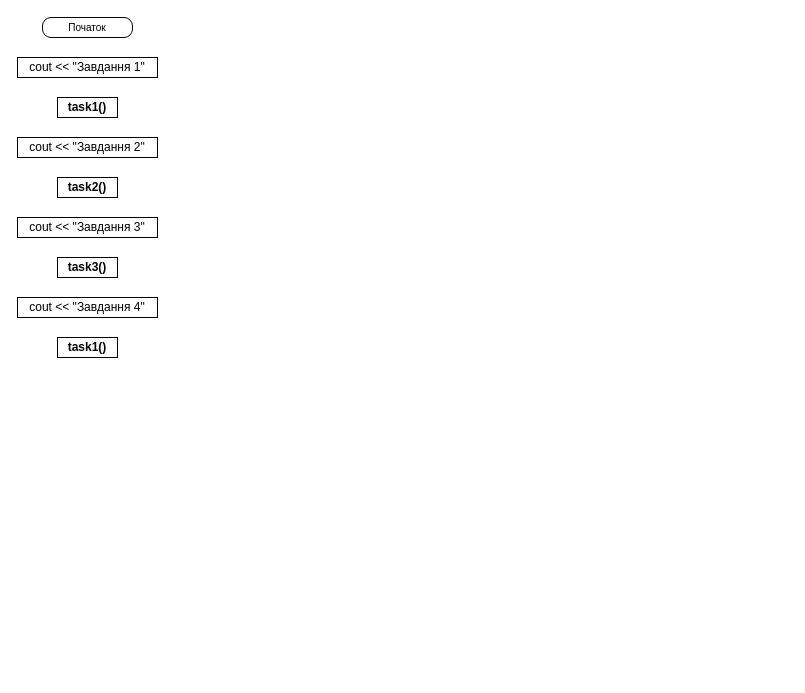
This is 18.drawio from pulyrij/informatica, a draw.io file, before an edit. Source tidied: cells renumbered, new cells numbered last; positions are measured from the earlier drawing's top-left corner, leaving out a move shared by most shapes. Both pictures are drawn from the tidied source at 100%, with x=0, y=0 at pixel (17, 17).
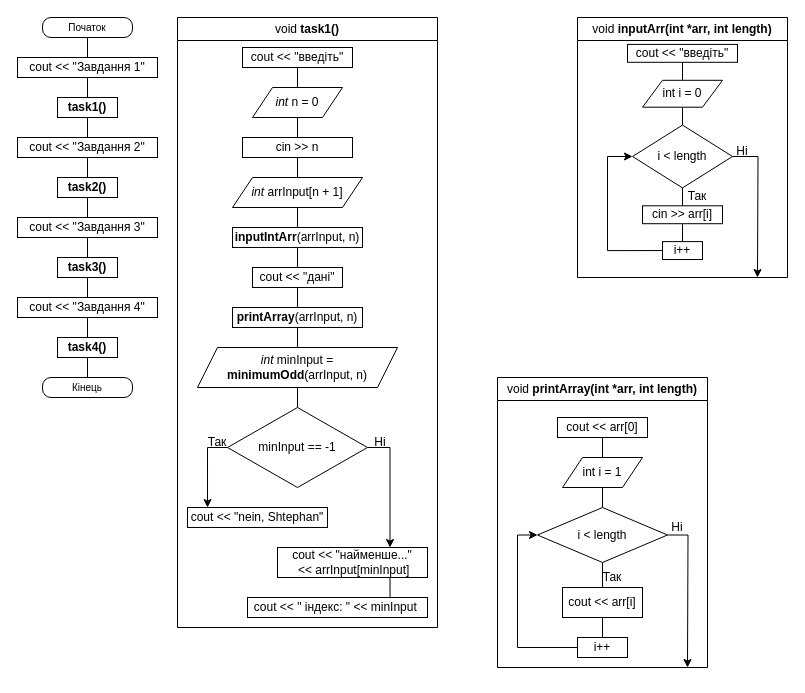
Above is the later version.

The edit, as a diff of the source:
```diff
@@
+    <mxCell id="11" style="group;" parent="1" vertex="1">
+      <mxGeometry width="140" height="380" as="geometry" />
+    </mxCell>
+    <mxCell id="12" style="edgeStyle=orthogonalEdgeStyle;rounded=0;jettySize=auto;html=1;exitX=0.5;exitY=1;exitDx=0;exitDy=0;entryX=0.5;entryY=0;entryDx=0;entryDy=0;defaultLabelBackgroundColor=page;labelPadding=0 4;endArrow=none;endFill=0;" parent="11" edge="1" source="2" target="3">
+      <mxGeometry relative="1" as="geometry" />
+    </mxCell>
-    <mxCell id="2" value="&lt;font size=&quot;1&quot;&gt;Початок&lt;/font&gt;" style="rounded=1;whiteSpace=wrap;html=1;fontSize=12;glass=0;strokeWidth=1;shadow=0;labelBackgroundColor=none;roundedPerimeter=1;arcSize=17;absoluteArcSize=1;" parent="1" vertex="1">
+    <mxCell id="2" value="&lt;font size=&quot;1&quot;&gt;Початок&lt;/font&gt;" style="rounded=1;whiteSpace=wrap;html=1;fontSize=12;glass=0;strokeWidth=1;shadow=0;labelBackgroundColor=none;roundedPerimeter=1;arcSize=17;absoluteArcSize=1;" parent="11" vertex="1">
       <mxGeometry x="25" width="90" height="20" as="geometry" />
     </mxCell>
+    <mxCell id="13" style="edgeStyle=orthogonalEdgeStyle;rounded=0;jettySize=auto;html=1;exitX=0.5;exitY=1;exitDx=0;exitDy=0;entryX=0.5;entryY=0;entryDx=0;entryDy=0;defaultLabelBackgroundColor=page;labelPadding=0 4;endArrow=none;endFill=0;" parent="11" edge="1" source="3" target="4">
+      <mxGeometry relative="1" as="geometry" />
+    </mxCell>
-    <mxCell id="3" value="cout &amp;lt;&amp;lt; &quot;Завдання 1&quot;" style="rounded=0;whiteSpace=wrap;html=1;" parent="1" vertex="1">
+    <mxCell id="3" value="cout &amp;lt;&amp;lt; &quot;Завдання 1&quot;" style="rounded=0;whiteSpace=wrap;html=1;" parent="11" vertex="1">
       <mxGeometry y="40" width="140" height="20" as="geometry" />
     </mxCell>
+    <mxCell id="14" style="edgeStyle=orthogonalEdgeStyle;rounded=0;jettySize=auto;html=1;exitX=0.5;exitY=1;exitDx=0;exitDy=0;entryX=0.5;entryY=0;entryDx=0;entryDy=0;defaultLabelBackgroundColor=page;labelPadding=0 4;endArrow=none;endFill=0;" parent="11" edge="1" source="4" target="5">
+      <mxGeometry relative="1" as="geometry" />
+    </mxCell>
-    <mxCell id="4" value="&lt;b&gt;task1()&lt;/b&gt;" style="rounded=0;whiteSpace=wrap;html=1;" parent="1" vertex="1">
+    <mxCell id="4" value="&lt;b&gt;task1()&lt;/b&gt;" style="rounded=0;whiteSpace=wrap;html=1;" parent="11" vertex="1">
       <mxGeometry x="40" y="80" width="60" height="20" as="geometry" />
     </mxCell>
+    <mxCell id="15" style="edgeStyle=orthogonalEdgeStyle;rounded=0;jettySize=auto;html=1;exitX=0.5;exitY=1;exitDx=0;exitDy=0;entryX=0.5;entryY=0;entryDx=0;entryDy=0;defaultLabelBackgroundColor=page;labelPadding=0 4;endArrow=none;endFill=0;" parent="11" edge="1" source="5" target="6">
+      <mxGeometry relative="1" as="geometry" />
+    </mxCell>
-    <mxCell id="5" value="cout &amp;lt;&amp;lt; &quot;Завдання 2&quot;" style="rounded=0;whiteSpace=wrap;html=1;" parent="1" vertex="1">
+    <mxCell id="5" value="cout &amp;lt;&amp;lt; &quot;Завдання 2&quot;" style="rounded=0;whiteSpace=wrap;html=1;" parent="11" vertex="1">
       <mxGeometry y="120" width="140" height="20" as="geometry" />
     </mxCell>
+    <mxCell id="16" style="edgeStyle=orthogonalEdgeStyle;rounded=0;jettySize=auto;html=1;exitX=0.5;exitY=1;exitDx=0;exitDy=0;entryX=0.5;entryY=0;entryDx=0;entryDy=0;defaultLabelBackgroundColor=page;labelPadding=0 4;endArrow=none;endFill=0;" parent="11" edge="1" source="6" target="7">
+      <mxGeometry relative="1" as="geometry" />
+    </mxCell>
-    <mxCell id="6" value="&lt;b&gt;task2()&lt;/b&gt;" style="rounded=0;whiteSpace=wrap;html=1;" parent="1" vertex="1">
+    <mxCell id="6" value="&lt;b&gt;task2()&lt;/b&gt;" style="rounded=0;whiteSpace=wrap;html=1;" parent="11" vertex="1">
       <mxGeometry x="40" y="160" width="60" height="20" as="geometry" />
     </mxCell>
+    <mxCell id="17" style="edgeStyle=orthogonalEdgeStyle;rounded=0;jettySize=auto;html=1;exitX=0.5;exitY=1;exitDx=0;exitDy=0;entryX=0.5;entryY=0;entryDx=0;entryDy=0;defaultLabelBackgroundColor=page;labelPadding=0 4;endArrow=none;endFill=0;" parent="11" edge="1" source="7" target="9">
+      <mxGeometry relative="1" as="geometry" />
+    </mxCell>
-    <mxCell id="7" value="cout &amp;lt;&amp;lt; &quot;Завдання 3&quot;" style="rounded=0;whiteSpace=wrap;html=1;" parent="1" vertex="1">
+    <mxCell id="7" value="cout &amp;lt;&amp;lt; &quot;Завдання 3&quot;" style="rounded=0;whiteSpace=wrap;html=1;" parent="11" vertex="1">
       <mxGeometry y="200" width="140" height="20" as="geometry" />
     </mxCell>
+    <mxCell id="18" style="edgeStyle=orthogonalEdgeStyle;rounded=0;jettySize=auto;html=1;exitX=0.5;exitY=1;exitDx=0;exitDy=0;entryX=0.5;entryY=0;entryDx=0;entryDy=0;defaultLabelBackgroundColor=page;labelPadding=0 4;endArrow=none;endFill=0;" parent="11" edge="1" source="8" target="10">
+      <mxGeometry relative="1" as="geometry" />
+    </mxCell>
-    <mxCell id="8" value="cout &amp;lt;&amp;lt; &quot;Завдання 4&quot;" style="rounded=0;whiteSpace=wrap;html=1;" parent="1" vertex="1">
+    <mxCell id="8" value="cout &amp;lt;&amp;lt; &quot;Завдання 4&quot;" style="rounded=0;whiteSpace=wrap;html=1;" parent="11" vertex="1">
       <mxGeometry y="280" width="140" height="20" as="geometry" />
     </mxCell>
+    <mxCell id="19" style="edgeStyle=orthogonalEdgeStyle;rounded=0;jettySize=auto;html=1;exitX=0.5;exitY=1;exitDx=0;exitDy=0;entryX=0.5;entryY=0;entryDx=0;entryDy=0;defaultLabelBackgroundColor=page;labelPadding=0 4;endArrow=none;endFill=0;" parent="11" edge="1" source="9" target="8">
+      <mxGeometry relative="1" as="geometry" />
+    </mxCell>
-    <mxCell id="9" value="&lt;b&gt;task3()&lt;/b&gt;" style="rounded=0;whiteSpace=wrap;html=1;" parent="1" vertex="1">
+    <mxCell id="9" value="&lt;b&gt;task3()&lt;/b&gt;" style="rounded=0;whiteSpace=wrap;html=1;" parent="11" vertex="1">
       <mxGeometry x="40" y="240" width="60" height="20" as="geometry" />
     </mxCell>
+    <mxCell id="20" style="edgeStyle=orthogonalEdgeStyle;rounded=0;jettySize=auto;html=1;exitX=0.5;exitY=1;exitDx=0;exitDy=0;entryX=0.5;entryY=0;entryDx=0;entryDy=0;defaultLabelBackgroundColor=page;labelPadding=0 4;endArrow=none;endFill=0;" parent="11" edge="1" source="10" target="21">
+      <mxGeometry relative="1" as="geometry" />
+    </mxCell>
-    <mxCell id="10" value="&lt;b&gt;task1()&lt;/b&gt;" style="rounded=0;whiteSpace=wrap;html=1;" parent="1" vertex="1">
+    <mxCell id="10" value="&lt;b&gt;task4()&lt;/b&gt;" style="rounded=0;whiteSpace=wrap;html=1;" parent="11" vertex="1">
       <mxGeometry x="40" y="320" width="60" height="20" as="geometry" />
     </mxCell>
+    <mxCell id="21" value="&lt;font size=&quot;1&quot;&gt;Кінець&lt;/font&gt;" style="rounded=1;whiteSpace=wrap;html=1;fontSize=12;glass=0;strokeWidth=1;shadow=0;labelBackgroundColor=none;roundedPerimeter=1;arcSize=17;absoluteArcSize=1;" parent="11" vertex="1">
+      <mxGeometry x="25" y="360" width="90" height="20" as="geometry" />
+    </mxCell>
+    <mxCell id="22" style="group;" parent="1" vertex="1">
+      <mxGeometry x="160" width="260" height="610" as="geometry" />
+    </mxCell>
+    <mxCell id="23" value="&lt;span style=&quot;font-weight: normal;&quot;&gt;void&lt;/span&gt; task1()" style="swimlane;whiteSpace=wrap;html=1;" parent="22" vertex="1">
+      <mxGeometry width="260" height="610" as="geometry" />
+    </mxCell>
+    <mxCell id="24" value="Ні" style="text;html=1;whiteSpace=wrap;strokeColor=none;fillColor=none;align=center;verticalAlign=middle;rounded=0;" parent="23" vertex="1">
+      <mxGeometry x="173" y="410" width="60" height="30" as="geometry" />
+    </mxCell>
+    <mxCell id="25" style="edgeStyle=orthogonalEdgeStyle;rounded=0;jettySize=auto;html=1;exitX=0.5;exitY=1;exitDx=0;exitDy=0;entryX=0.5;entryY=0;entryDx=0;entryDy=0;defaultLabelBackgroundColor=page;labelPadding=0 4;endArrow=none;endFill=0;" parent="22" edge="1" source="26" target="28">
+      <mxGeometry relative="1" as="geometry" />
+    </mxCell>
+    <mxCell id="26" value="cout &amp;lt;&amp;lt; &quot;введіть&quot;" style="rounded=0;whiteSpace=wrap;html=1;" parent="22" vertex="1">
+      <mxGeometry x="65" y="30" width="110" height="20" as="geometry" />
+    </mxCell>
+    <mxCell id="27" style="edgeStyle=orthogonalEdgeStyle;rounded=0;jettySize=auto;html=1;exitX=0.5;exitY=1;exitDx=0;exitDy=0;entryX=0.5;entryY=0;entryDx=0;entryDy=0;defaultLabelBackgroundColor=page;labelPadding=0 4;endArrow=none;endFill=0;" parent="22" edge="1" source="28" target="30">
+      <mxGeometry relative="1" as="geometry" />
+    </mxCell>
+    <mxCell id="28" value="&lt;i&gt;int&lt;/i&gt; n = 0" style="shape=parallelogram;perimeter=parallelogramPerimeter;whiteSpace=wrap;html=1;shapeInside=1;fixedSize=1;" parent="22" vertex="1">
+      <mxGeometry x="75" y="70" width="90" height="30" as="geometry" />
+    </mxCell>
+    <mxCell id="29" style="edgeStyle=orthogonalEdgeStyle;rounded=0;jettySize=auto;html=1;exitX=0.5;exitY=1;exitDx=0;exitDy=0;entryX=0.5;entryY=0;entryDx=0;entryDy=0;defaultLabelBackgroundColor=page;labelPadding=0 4;endArrow=none;endFill=0;" parent="22" edge="1" source="30" target="32">
+      <mxGeometry relative="1" as="geometry" />
+    </mxCell>
+    <mxCell id="30" value="cin &amp;gt;&amp;gt; n" style="rounded=0;whiteSpace=wrap;html=1;" parent="22" vertex="1">
+      <mxGeometry x="65" y="120" width="110" height="20" as="geometry" />
+    </mxCell>
+    <mxCell id="31" style="edgeStyle=orthogonalEdgeStyle;rounded=0;jettySize=auto;html=1;exitX=0.5;exitY=1;exitDx=0;exitDy=0;entryX=0.5;entryY=0;entryDx=0;entryDy=0;defaultLabelBackgroundColor=page;labelPadding=0 4;endArrow=none;endFill=0;" parent="22" edge="1" source="32" target="34">
+      <mxGeometry relative="1" as="geometry" />
+    </mxCell>
+    <mxCell id="32" value="&lt;i&gt;int&lt;/i&gt; arrInput[n + 1]" style="shape=parallelogram;perimeter=parallelogramPerimeter;whiteSpace=wrap;html=1;shapeInside=1;fixedSize=1;" parent="22" vertex="1">
+      <mxGeometry x="55" y="160" width="130" height="30" as="geometry" />
+    </mxCell>
+    <mxCell id="33" style="edgeStyle=orthogonalEdgeStyle;rounded=0;jettySize=auto;html=1;exitX=0.5;exitY=1;exitDx=0;exitDy=0;entryX=0.5;entryY=0;entryDx=0;entryDy=0;defaultLabelBackgroundColor=page;labelPadding=0 4;endArrow=none;endFill=0;" parent="22" edge="1" source="34" target="36">
+      <mxGeometry relative="1" as="geometry" />
+    </mxCell>
+    <mxCell id="34" value="&lt;b&gt;inputIntArr&lt;/b&gt;(arrInput, n)" style="rounded=0;whiteSpace=wrap;html=1;" parent="22" vertex="1">
+      <mxGeometry x="55" y="210" width="130" height="20" as="geometry" />
+    </mxCell>
+    <mxCell id="35" style="edgeStyle=orthogonalEdgeStyle;rounded=0;jettySize=auto;html=1;exitX=0.5;exitY=1;exitDx=0;exitDy=0;entryX=0.5;entryY=0;entryDx=0;entryDy=0;defaultLabelBackgroundColor=page;labelPadding=0 4;endArrow=none;endFill=0;" parent="22" edge="1" source="36" target="38">
+      <mxGeometry relative="1" as="geometry" />
+    </mxCell>
+    <mxCell id="36" value="cout &amp;lt;&amp;lt; &quot;дані&quot;" style="whiteSpace=wrap;html=1;" parent="22" vertex="1">
+      <mxGeometry x="75" y="250" width="90" height="20" as="geometry" />
+    </mxCell>
+    <mxCell id="37" style="edgeStyle=orthogonalEdgeStyle;rounded=0;jettySize=auto;html=1;exitX=0.5;exitY=1;exitDx=0;exitDy=0;entryX=0.5;entryY=0;entryDx=0;entryDy=0;defaultLabelBackgroundColor=page;labelPadding=0 4;endArrow=none;endFill=0;" parent="22" edge="1" source="38" target="40">
+      <mxGeometry relative="1" as="geometry" />
+    </mxCell>
+    <mxCell id="38" value="&lt;b&gt;printArray&lt;/b&gt;(arrInput, n)" style="whiteSpace=wrap;html=1;" parent="22" vertex="1">
+      <mxGeometry x="55" y="290" width="130" height="20" as="geometry" />
+    </mxCell>
+    <mxCell id="39" style="edgeStyle=orthogonalEdgeStyle;rounded=0;jettySize=auto;html=1;exitX=0.5;exitY=1;exitDx=0;exitDy=0;entryX=0.5;entryY=0;entryDx=0;entryDy=0;defaultLabelBackgroundColor=page;labelPadding=0 4;endArrow=none;endFill=0;" parent="22" edge="1" source="40" target="43">
+      <mxGeometry relative="1" as="geometry" />
+    </mxCell>
+    <mxCell id="40" value="&lt;i&gt;int&lt;/i&gt; minInput = &lt;b&gt;minimumOdd&lt;/b&gt;(arrInput, n)" style="shape=parallelogram;perimeter=parallelogramPerimeter;whiteSpace=wrap;html=1;shapeInside=1;fixedSize=1;" parent="22" vertex="1">
+      <mxGeometry x="20" y="330" width="200" height="40" as="geometry" />
+    </mxCell>
+    <mxCell id="41" value="&lt;div&gt;cout &amp;lt;&amp;lt; &quot; індекс: &quot; &amp;lt;&amp;lt; minInput&amp;nbsp;&lt;/div&gt;" style="whiteSpace=wrap;html=1;" parent="22" vertex="1">
+      <mxGeometry x="70" y="580" width="180" height="20" as="geometry" />
+    </mxCell>
+    <mxCell id="42" style="edgeStyle=orthogonalEdgeStyle;rounded=0;jettySize=auto;html=1;exitX=0.75;exitY=1;exitDx=0;exitDy=0;entryX=0.792;entryY=0.035;entryDx=0;entryDy=0;entryPerimeter=0;defaultLabelBackgroundColor=page;labelPadding=0 4;endArrow=none;endFill=0;" parent="22" edge="1" source="45" target="41">
+      <mxGeometry relative="1" as="geometry" />
+    </mxCell>
+    <mxCell id="43" value="minInput == -1" style="rhombus;whiteSpace=wrap;html=1;shapeInside=1;" parent="22" vertex="1">
+      <mxGeometry x="50" y="390" width="140" height="80" as="geometry" />
+    </mxCell>
+    <mxCell id="44" value="cout &amp;lt;&amp;lt; &quot;nein, Shtephan&quot;" style="rounded=0;whiteSpace=wrap;html=1;" parent="22" vertex="1">
+      <mxGeometry x="10" y="490" width="140" height="20" as="geometry" />
+    </mxCell>
+    <mxCell id="45" value="&lt;div&gt;cout &amp;lt;&amp;lt; &quot;найменше...&quot;&lt;/div&gt;&lt;div&gt;&amp;nbsp;&amp;lt;&amp;lt; arrInput[minInput]&lt;/div&gt;" style="rounded=0;whiteSpace=wrap;html=1;" parent="22" vertex="1">
+      <mxGeometry x="100" y="530" width="150" height="30" as="geometry" />
+    </mxCell>
+    <mxCell id="46" style="edgeStyle=orthogonalEdgeStyle;rounded=0;jettySize=auto;html=1;exitX=0;exitY=0.5;exitDx=0;exitDy=0;entryX=0.143;entryY=0;entryDx=0;entryDy=0;entryPerimeter=0;defaultLabelBackgroundColor=page;labelPadding=0 4;" parent="22" edge="1" source="43" target="44">
+      <mxGeometry relative="1" as="geometry" />
+    </mxCell>
+    <mxCell id="47" style="edgeStyle=orthogonalEdgeStyle;rounded=0;jettySize=auto;html=1;exitX=1;exitY=0.5;exitDx=0;exitDy=0;entryX=0.75;entryY=0;entryDx=0;entryDy=0;defaultLabelBackgroundColor=page;labelPadding=0 4;" parent="22" edge="1" source="43" target="45">
+      <mxGeometry relative="1" as="geometry" />
+    </mxCell>
+    <mxCell id="48" value="Так" style="text;html=1;whiteSpace=wrap;strokeColor=none;fillColor=none;align=center;verticalAlign=middle;rounded=0;" parent="1" vertex="1">
+      <mxGeometry x="170" y="410" width="60" height="30" as="geometry" />
+    </mxCell>
+    <mxCell id="49" style="group;" parent="1" vertex="1">
+      <mxGeometry x="560" width="210" height="260" as="geometry" />
+    </mxCell>
+    <mxCell id="50" value="&lt;span style=&quot;font-weight: normal;&quot;&gt;void&lt;/span&gt; inputArr(int *arr, int length)" style="swimlane;whiteSpace=wrap;html=1;" parent="49" vertex="1">
+      <mxGeometry width="210" height="260" as="geometry" />
+    </mxCell>
+    <mxCell id="51" style="edgeStyle=orthogonalEdgeStyle;rounded=0;jettySize=auto;html=1;exitX=0.5;exitY=1;exitDx=0;exitDy=0;entryX=0.5;entryY=0;entryDx=0;entryDy=0;defaultLabelBackgroundColor=page;labelPadding=0 4;endArrow=none;endFill=0;" parent="49" edge="1" source="52" target="54">
+      <mxGeometry relative="1" as="geometry" />
+    </mxCell>
+    <mxCell id="52" value="cout &amp;lt;&amp;lt; &quot;введіть&quot;" style="rounded=0;whiteSpace=wrap;html=1;" parent="49" vertex="1">
+      <mxGeometry x="50" y="26.9" width="110" height="17.9" as="geometry" />
+    </mxCell>
+    <mxCell id="53" style="edgeStyle=orthogonalEdgeStyle;rounded=0;jettySize=auto;html=1;exitX=0.5;exitY=1;exitDx=0;exitDy=0;entryX=0.5;entryY=0;entryDx=0;entryDy=0;defaultLabelBackgroundColor=page;labelPadding=0 4;endArrow=none;endFill=0;" parent="49" edge="1" source="54" target="57">
+      <mxGeometry relative="1" as="geometry" />
+    </mxCell>
+    <mxCell id="54" value="int i = 0" style="shape=parallelogram;perimeter=parallelogramPerimeter;whiteSpace=wrap;html=1;shapeInside=1;fixedSize=1;" parent="49" vertex="1">
+      <mxGeometry x="65" y="62.8" width="80" height="26.9" as="geometry" />
+    </mxCell>
+    <mxCell id="55" style="edgeStyle=orthogonalEdgeStyle;rounded=0;jettySize=auto;html=1;exitX=0.5;exitY=1;exitDx=0;exitDy=0;entryX=0.5;entryY=0;entryDx=0;entryDy=0;defaultLabelBackgroundColor=page;labelPadding=0 4;endArrow=none;endFill=0;" parent="49" edge="1" source="57" target="59">
+      <mxGeometry relative="1" as="geometry" />
+    </mxCell>
+    <mxCell id="56" style="edgeStyle=orthogonalEdgeStyle;rounded=0;jettySize=auto;html=1;exitX=1;exitY=0.5;exitDx=0;exitDy=0;defaultLabelBackgroundColor=page;labelPadding=0 4;" parent="49" edge="1" source="57">
+      <mxGeometry relative="1" as="geometry">
+        <mxPoint x="180" y="260" as="targetPoint" />
+      </mxGeometry>
+    </mxCell>
+    <mxCell id="57" value="i &amp;lt; length" style="rhombus;whiteSpace=wrap;html=1;shapeInside=1;" parent="49" vertex="1">
+      <mxGeometry x="55" y="107.6" width="100" height="62.8" as="geometry" />
+    </mxCell>
+    <mxCell id="58" style="edgeStyle=orthogonalEdgeStyle;rounded=0;jettySize=auto;html=1;exitX=0.5;exitY=1;exitDx=0;exitDy=0;entryX=0.5;entryY=0;entryDx=0;entryDy=0;defaultLabelBackgroundColor=page;labelPadding=0 4;endArrow=none;endFill=0;" parent="49" edge="1" source="59" target="61">
+      <mxGeometry relative="1" as="geometry" />
+    </mxCell>
+    <mxCell id="59" value="cin &amp;gt;&amp;gt; arr[i]" style="whiteSpace=wrap;html=1;" parent="49" vertex="1">
+      <mxGeometry x="65" y="188.3" width="80" height="17.9" as="geometry" />
+    </mxCell>
+    <mxCell id="60" style="edgeStyle=orthogonalEdgeStyle;rounded=0;jettySize=auto;html=1;exitX=0;exitY=0.5;exitDx=0;exitDy=0;entryX=0;entryY=0.5;entryDx=0;entryDy=0;defaultLabelBackgroundColor=page;labelPadding=0 4;" parent="49" edge="1" source="61" target="57">
+      <mxGeometry relative="1" as="geometry">
+        <Array as="points">
+          <mxPoint x="30" y="233.1" />
+          <mxPoint x="30" y="139" />
+        </Array>
+      </mxGeometry>
+    </mxCell>
+    <mxCell id="61" value="i++" style="whiteSpace=wrap;html=1;" parent="49" vertex="1">
+      <mxGeometry x="85" y="224.1" width="40" height="17.9" as="geometry" />
+    </mxCell>
+    <mxCell id="62" value="Так" style="text;html=1;whiteSpace=wrap;strokeColor=none;fillColor=none;align=center;verticalAlign=middle;rounded=0;" parent="49" vertex="1">
+      <mxGeometry x="85" y="170.3" width="70" height="17.9" as="geometry" />
+    </mxCell>
+    <mxCell id="63" value="Ні" style="text;html=1;whiteSpace=wrap;strokeColor=none;fillColor=none;align=center;verticalAlign=middle;rounded=0;" parent="49" vertex="1">
+      <mxGeometry x="140" y="121" width="50" height="26.9" as="geometry" />
+    </mxCell>
+    <mxCell id="64" value="&lt;span style=&quot;font-weight: normal;&quot;&gt;void&lt;/span&gt; printArray(int *arr, int length)" style="swimlane;whiteSpace=wrap;html=1;" parent="1" vertex="1">
+      <mxGeometry x="480" y="360" width="210" height="290" as="geometry" />
+    </mxCell>
+    <mxCell id="65" style="edgeStyle=orthogonalEdgeStyle;rounded=0;jettySize=auto;html=1;exitX=0.5;exitY=1;exitDx=0;exitDy=0;entryX=0.5;entryY=0;entryDx=0;entryDy=0;defaultLabelBackgroundColor=page;labelPadding=0 4;endArrow=none;endFill=0;" parent="64" edge="1" source="66" target="68">
+      <mxGeometry relative="1" as="geometry" />
+    </mxCell>
+    <mxCell id="66" value="cout &amp;lt;&amp;lt; arr[0]" style="whiteSpace=wrap;html=1;" parent="64" vertex="1">
+      <mxGeometry x="60" y="40" width="90" height="20" as="geometry" />
+    </mxCell>
+    <mxCell id="67" style="edgeStyle=orthogonalEdgeStyle;rounded=0;jettySize=auto;html=1;defaultLabelBackgroundColor=page;labelPadding=0 4;endArrow=none;endFill=0;" parent="64" edge="1" source="68" target="71">
+      <mxGeometry relative="1" as="geometry" />
+    </mxCell>
+    <mxCell id="68" value="int i = 1" style="shape=parallelogram;perimeter=parallelogramPerimeter;whiteSpace=wrap;html=1;shapeInside=1;fixedSize=1;" parent="64" vertex="1">
+      <mxGeometry x="65" y="80" width="80" height="30" as="geometry" />
+    </mxCell>
+    <mxCell id="69" style="edgeStyle=orthogonalEdgeStyle;rounded=0;jettySize=auto;html=1;exitX=0.5;exitY=1;exitDx=0;exitDy=0;entryX=0.5;entryY=0;entryDx=0;entryDy=0;defaultLabelBackgroundColor=page;labelPadding=0 4;endArrow=none;endFill=0;" parent="64" edge="1" source="71" target="73">
+      <mxGeometry relative="1" as="geometry" />
+    </mxCell>
+    <mxCell id="70" style="edgeStyle=orthogonalEdgeStyle;rounded=0;jettySize=auto;html=1;exitX=1;exitY=0.5;exitDx=0;exitDy=0;defaultLabelBackgroundColor=page;labelPadding=0 4;" parent="64" edge="1" source="71">
+      <mxGeometry relative="1" as="geometry">
+        <mxPoint x="190" y="290" as="targetPoint" />
+      </mxGeometry>
+    </mxCell>
+    <mxCell id="71" value="i &amp;lt; length" style="rhombus;whiteSpace=wrap;html=1;shapeInside=1;" parent="64" vertex="1">
+      <mxGeometry x="40" y="130" width="130" height="55" as="geometry" />
+    </mxCell>
+    <mxCell id="72" style="edgeStyle=orthogonalEdgeStyle;rounded=0;jettySize=auto;html=1;exitX=0.5;exitY=1;exitDx=0;exitDy=0;entryX=0.5;entryY=0;entryDx=0;entryDy=0;defaultLabelBackgroundColor=page;labelPadding=0 4;endArrow=none;endFill=0;" parent="64" edge="1" source="73" target="75">
+      <mxGeometry relative="1" as="geometry" />
+    </mxCell>
+    <mxCell id="73" value="cout &amp;lt;&amp;lt; arr[i]" style="whiteSpace=wrap;html=1;" parent="64" vertex="1">
+      <mxGeometry x="65" y="210" width="80" height="30" as="geometry" />
+    </mxCell>
+    <mxCell id="74" style="edgeStyle=orthogonalEdgeStyle;rounded=0;jettySize=auto;html=1;exitX=0;exitY=0.5;exitDx=0;exitDy=0;entryX=0;entryY=0.5;entryDx=0;entryDy=0;defaultLabelBackgroundColor=page;labelPadding=0 4;" parent="64" edge="1" source="75" target="71">
+      <mxGeometry relative="1" as="geometry" />
+    </mxCell>
+    <mxCell id="75" value="i++" style="whiteSpace=wrap;html=1;" parent="64" vertex="1">
+      <mxGeometry x="80" y="260" width="50" height="20" as="geometry" />
+    </mxCell>
+    <mxCell id="76" value="Так" style="text;html=1;whiteSpace=wrap;strokeColor=none;fillColor=none;align=center;verticalAlign=middle;rounded=0;" parent="1" vertex="1">
+      <mxGeometry x="560" y="550" width="70" height="20" as="geometry" />
+    </mxCell>
+    <mxCell id="77" value="Ні" style="text;html=1;whiteSpace=wrap;strokeColor=none;fillColor=none;align=center;verticalAlign=middle;rounded=0;" parent="1" vertex="1">
+      <mxGeometry x="630" y="500" width="60" height="20" as="geometry" />
+    </mxCell>
```
